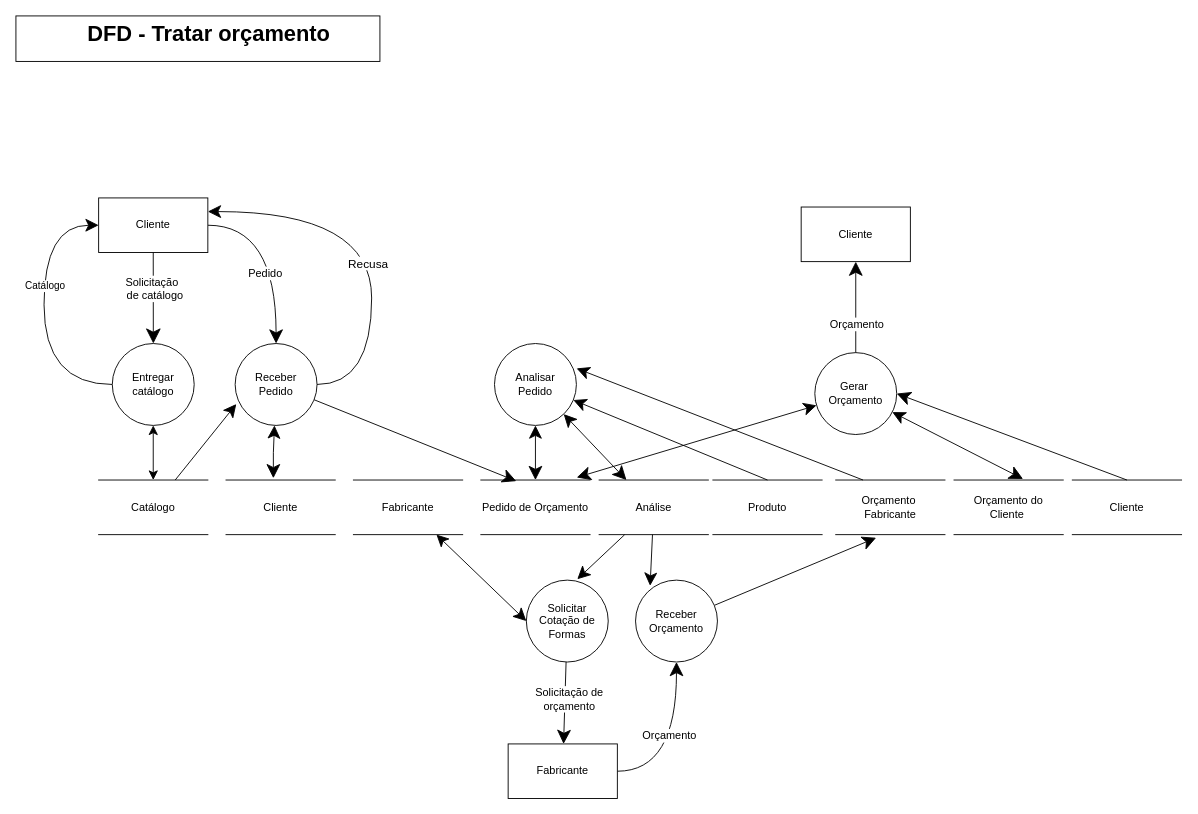
Above: Documentation/DFD Essencial para cada Capacidade/DFD Tratar Orcamento.drawio in Systematicos/FindingApp (draw.io), before the change. Source tidied: cells renumbered, new cells numbered last; positions are measured from the earlier drawing's top-left corner, leaving out a move shared by most shapes. Both pictures are drawn from the tidied source at 91%, with x=0, y=0 at pixel (15, 15).
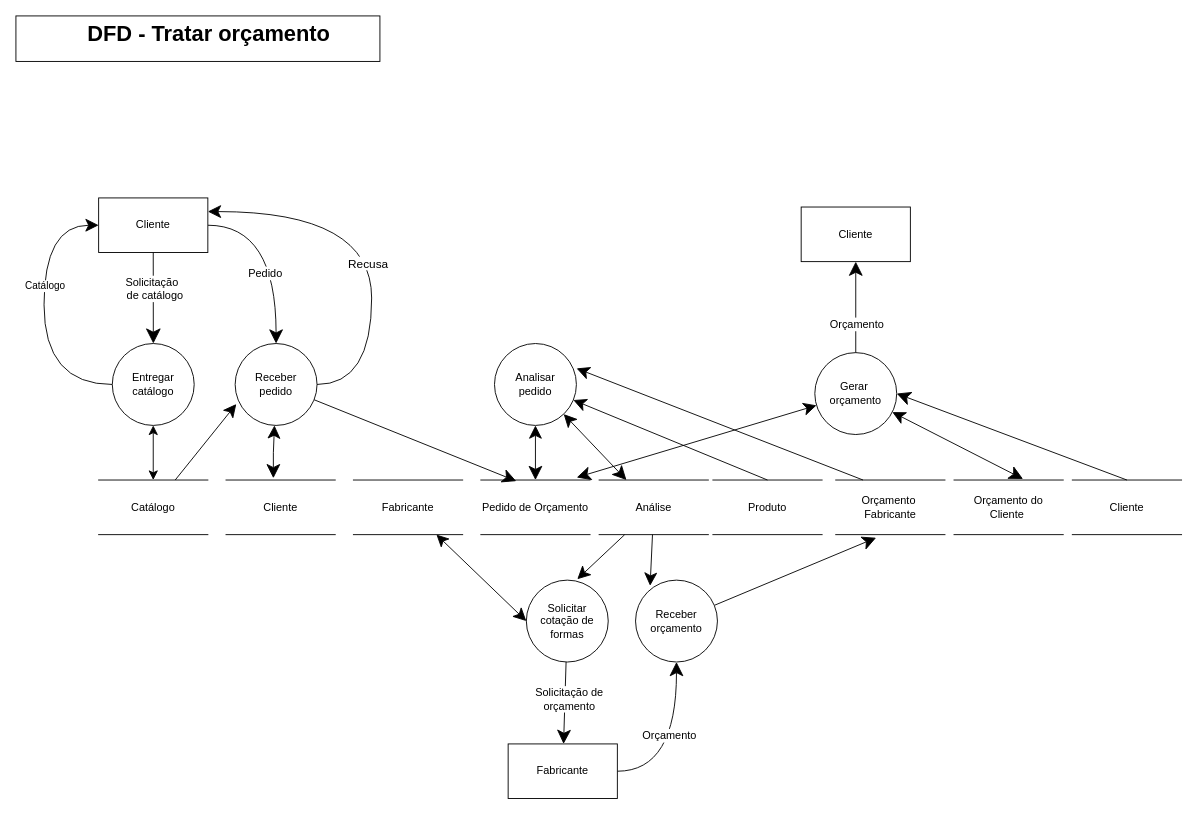
The same diagram, later.

What changed in the source:
```diff
@@
-    <mxCell id="15" value="Receber&lt;br&gt;Pedido" style="ellipse;whiteSpace=wrap;html=1;" parent="1" vertex="1">
+    <mxCell id="15" value="Receber&lt;br&gt;pedido" style="ellipse;whiteSpace=wrap;html=1;" parent="1" vertex="1">
       <mxGeometry x="240.9" y="360" width="90" height="90" as="geometry" />
     </mxCell>
@@
-    <mxCell id="25" value="Analisar&lt;br&gt;Pedido" style="ellipse;whiteSpace=wrap;html=1;" parent="1" vertex="1">
+    <mxCell id="25" value="Analisar&lt;br&gt;pedido" style="ellipse;whiteSpace=wrap;html=1;" parent="1" vertex="1">
       <mxGeometry x="525.9" y="360" width="90" height="90" as="geometry" />
     </mxCell>
@@
-    <mxCell id="31" value="Solicitar Cotação de Formas" style="ellipse;whiteSpace=wrap;html=1;" parent="1" vertex="1">
+    <mxCell id="31" value="Solicitar cotação de formas" style="ellipse;whiteSpace=wrap;html=1;" parent="1" vertex="1">
       <mxGeometry x="560.9" y="620" width="90" height="90" as="geometry" />
     </mxCell>
@@
-    <mxCell id="33" value="Receber Orçamento" style="ellipse;whiteSpace=wrap;html=1;" parent="1" vertex="1">
+    <mxCell id="33" value="Receber orçamento" style="ellipse;whiteSpace=wrap;html=1;" parent="1" vertex="1">
       <mxGeometry x="680.9" y="620" width="90" height="90" as="geometry" />
     </mxCell>
@@
-    <mxCell id="40" value="Gerar&amp;nbsp;&lt;br&gt;Orçamento" style="ellipse;whiteSpace=wrap;html=1;" parent="1" vertex="1">
+    <mxCell id="40" value="Gerar&amp;nbsp;&lt;br&gt;orçamento" style="ellipse;whiteSpace=wrap;html=1;" parent="1" vertex="1">
       <mxGeometry x="877.9" y="370" width="90" height="90" as="geometry" />
     </mxCell>
```
